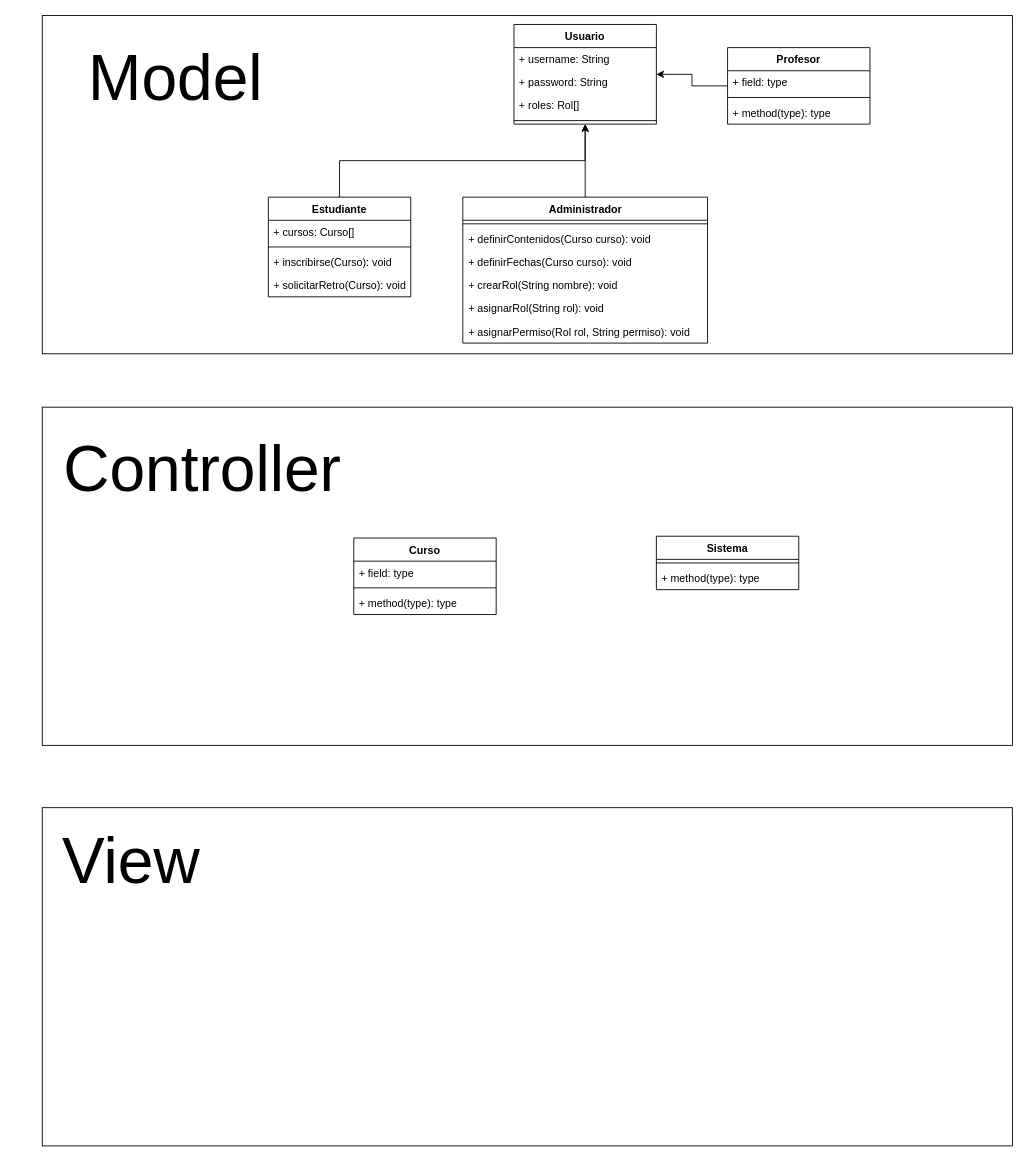
Above: page "Diagrama de clases" (1 of 2) of TallerUML.drawio in kazp058/Taller04-UML (draw.io), before the change. Source tidied: cells renumbered, new cells numbered last; positions are measured from the earlier drawing's top-left corner, leaving out a move shared by most shapes. Both pictures are drawn from the tidied source at 89%, with x=0, y=0 at pixel (15, 15).
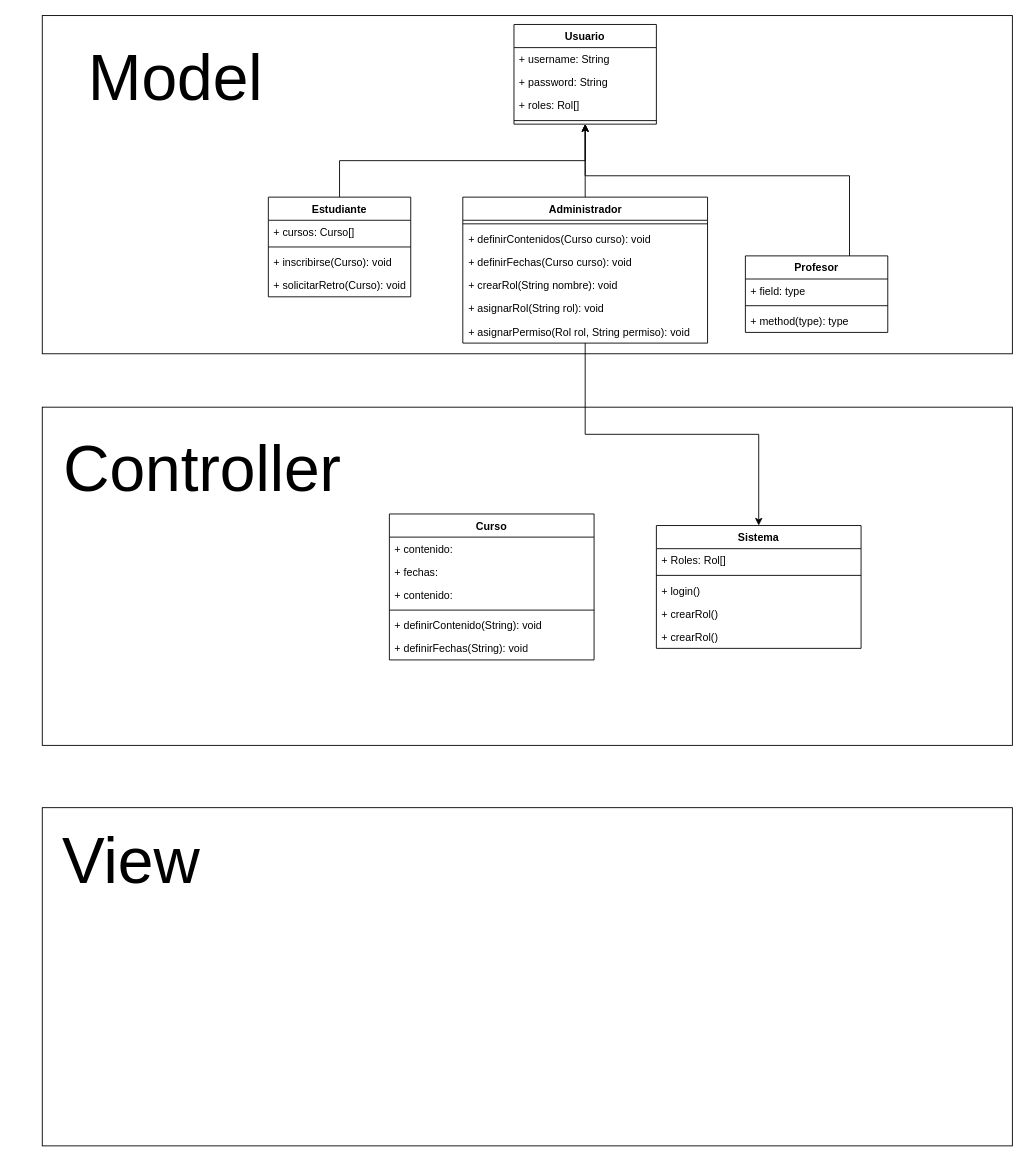
After the change.

The change refers to these unchanged cells:
```xml
<mxCell id="24" value="Administrador" style="swimlane;fontStyle=1;align=center;verticalAlign=top;horizontal=1;startSize=26;whiteSpace=wrap;html=1;" parent="1" vertex="1">
  <mxGeometry x="502.5" y="204" width="275" height="164" as="geometry" />
</mxCell>
<mxCell id="31" value="Usuario" style="swimlane;fontStyle=1;align=center;verticalAlign=top;horizontal=1;startSize=26;whiteSpace=wrap;html=1;" parent="1" vertex="1">
  <mxGeometry x="560" y="10" width="160" height="112" as="geometry" />
</mxCell>
```

The edit, as a diff of the source:
```diff
@@
     <mxCell id="14" value="Curso" style="swimlane;fontStyle=1;align=center;verticalAlign=top;horizontal=1;startSize=26;whiteSpace=wrap;html=1;" parent="1" vertex="1">
-      <mxGeometry x="380" y="587" width="160" height="86" as="geometry" />
+      <mxGeometry x="420" y="560" width="230" height="164" as="geometry" />
     </mxCell>
-    <mxCell id="15" value="+ field: type" style="text;strokeColor=none;fillColor=none;align=left;verticalAlign=top;spacingLeft=4;spacingRight=4;overflow=hidden;whiteSpace=wrap;html=1;" parent="14" vertex="1">
-      <mxGeometry y="26" width="160" height="26" as="geometry" />
+    <mxCell id="15" value="+ contenido:&amp;nbsp;" style="text;strokeColor=none;fillColor=none;align=left;verticalAlign=top;spacingLeft=4;spacingRight=4;overflow=hidden;whiteSpace=wrap;html=1;" parent="14" vertex="1">
+      <mxGeometry y="26" width="230" height="26" as="geometry" />
     </mxCell>
+    <mxCell id="39" value="+ fechas:&amp;nbsp;" style="text;strokeColor=none;fillColor=none;align=left;verticalAlign=top;spacingLeft=4;spacingRight=4;overflow=hidden;whiteSpace=wrap;html=1;" parent="14" vertex="1">
+      <mxGeometry y="52" width="230" height="26" as="geometry" />
+    </mxCell>
+    <mxCell id="40" value="+ contenido:&amp;nbsp;" style="text;strokeColor=none;fillColor=none;align=left;verticalAlign=top;spacingLeft=4;spacingRight=4;overflow=hidden;whiteSpace=wrap;html=1;" parent="14" vertex="1">
+      <mxGeometry y="78" width="230" height="26" as="geometry" />
+    </mxCell>
     <mxCell id="16" style="line;strokeWidth=1;fillColor=none;align=left;verticalAlign=middle;spacingTop=-1;spacingLeft=3;spacingRight=3;labelPosition=right;strokeColor=inherit;" parent="14" vertex="1">
-      <mxGeometry y="52" width="160" height="8" as="geometry" />
+      <mxGeometry y="104" width="230" height="8" as="geometry" />
     </mxCell>
-    <mxCell id="17" value="+ method(type): type" style="text;strokeColor=none;fillColor=none;align=left;verticalAlign=top;spacingLeft=4;spacingRight=4;overflow=hidden;whiteSpace=wrap;html=1;" parent="14" vertex="1">
-      <mxGeometry y="60" width="160" height="26" as="geometry" />
+    <mxCell id="17" value="+ definirContenido(String): void" style="text;strokeColor=none;fillColor=none;align=left;verticalAlign=top;spacingLeft=4;spacingRight=4;overflow=hidden;whiteSpace=wrap;html=1;" parent="14" vertex="1">
+      <mxGeometry y="112" width="230" height="26" as="geometry" />
     </mxCell>
+    <mxCell id="41" value="+ definirFechas(String): void" style="text;strokeColor=none;fillColor=none;align=left;verticalAlign=top;spacingLeft=4;spacingRight=4;overflow=hidden;whiteSpace=wrap;html=1;" parent="14" vertex="1">
+      <mxGeometry y="138" width="230" height="26" as="geometry" />
+    </mxCell>
     <mxCell id="18" style="edgeStyle=orthogonalEdgeStyle;rounded=0;jettySize=auto;html=1;" parent="1" edge="1" source="19" target="31">
-      <mxGeometry relative="1" as="geometry" />
+      <mxGeometry relative="1" as="geometry">
+        <Array as="points">
+          <mxPoint x="937" y="180" />
+          <mxPoint x="640" y="180" />
+        </Array>
+      </mxGeometry>
     </mxCell>
     <mxCell id="19" value="Profesor" style="swimlane;fontStyle=1;align=center;verticalAlign=top;horizontal=1;startSize=26;whiteSpace=wrap;html=1;" parent="1" vertex="1">
-      <mxGeometry x="800" y="36" width="160" height="86" as="geometry" />
+      <mxGeometry x="820" y="270" width="160" height="86" as="geometry" />
     </mxCell>
@@
     <mxCell id="36" value="Sistema" style="swimlane;fontStyle=1;align=center;verticalAlign=top;horizontal=1;startSize=26;whiteSpace=wrap;html=1;" parent="1" vertex="1">
-      <mxGeometry x="720" y="585" width="160" height="60" as="geometry" />
+      <mxGeometry x="720" y="573" width="230" height="138" as="geometry" />
     </mxCell>
-    <mxCell id="37" style="line;strokeWidth=1;fillColor=none;align=left;verticalAlign=middle;spacingTop=-1;spacingLeft=3;spacingRight=3;labelPosition=right;strokeColor=inherit;" parent="36" vertex="1">
-      <mxGeometry y="26" width="160" height="8" as="geometry" />
-    </mxCell>
-    <mxCell id="38" value="+ method(type): type" style="text;strokeColor=none;fillColor=none;align=left;verticalAlign=top;spacingLeft=4;spacingRight=4;overflow=hidden;whiteSpace=wrap;html=1;" parent="36" vertex="1">
-      <mxGeometry y="34" width="160" height="26" as="geometry" />
-    </mxCell>
+    <mxCell id="42" value="+ Roles: Rol[]" style="text;strokeColor=none;fillColor=none;align=left;verticalAlign=top;spacingLeft=4;spacingRight=4;overflow=hidden;whiteSpace=wrap;html=1;" parent="36" vertex="1">
+      <mxGeometry y="26" width="230" height="26" as="geometry" />
+    </mxCell>
+    <mxCell id="43" style="line;strokeWidth=1;fillColor=none;align=left;verticalAlign=middle;spacingTop=-1;spacingLeft=3;spacingRight=3;labelPosition=right;strokeColor=inherit;" parent="36" vertex="1">
+      <mxGeometry y="52" width="230" height="8" as="geometry" />
+    </mxCell>
+    <mxCell id="44" value="+ login()" style="text;strokeColor=none;fillColor=none;align=left;verticalAlign=top;spacingLeft=4;spacingRight=4;overflow=hidden;whiteSpace=wrap;html=1;" parent="36" vertex="1">
+      <mxGeometry y="60" width="230" height="26" as="geometry" />
+    </mxCell>
+    <mxCell id="45" value="+ crearRol()" style="text;strokeColor=none;fillColor=none;align=left;verticalAlign=top;spacingLeft=4;spacingRight=4;overflow=hidden;whiteSpace=wrap;html=1;" parent="36" vertex="1">
+      <mxGeometry y="86" width="230" height="26" as="geometry" />
+    </mxCell>
+    <mxCell id="46" value="+ crearRol()" style="text;strokeColor=none;fillColor=none;align=left;verticalAlign=top;spacingLeft=4;spacingRight=4;overflow=hidden;whiteSpace=wrap;html=1;" parent="36" vertex="1">
+      <mxGeometry y="112" width="230" height="26" as="geometry" />
+    </mxCell>
+    <mxCell id="47" style="edgeStyle=orthogonalEdgeStyle;rounded=0;jettySize=auto;html=1;" parent="1" edge="1" source="24" target="36">
+      <mxGeometry relative="1" as="geometry" />
+    </mxCell>
```
